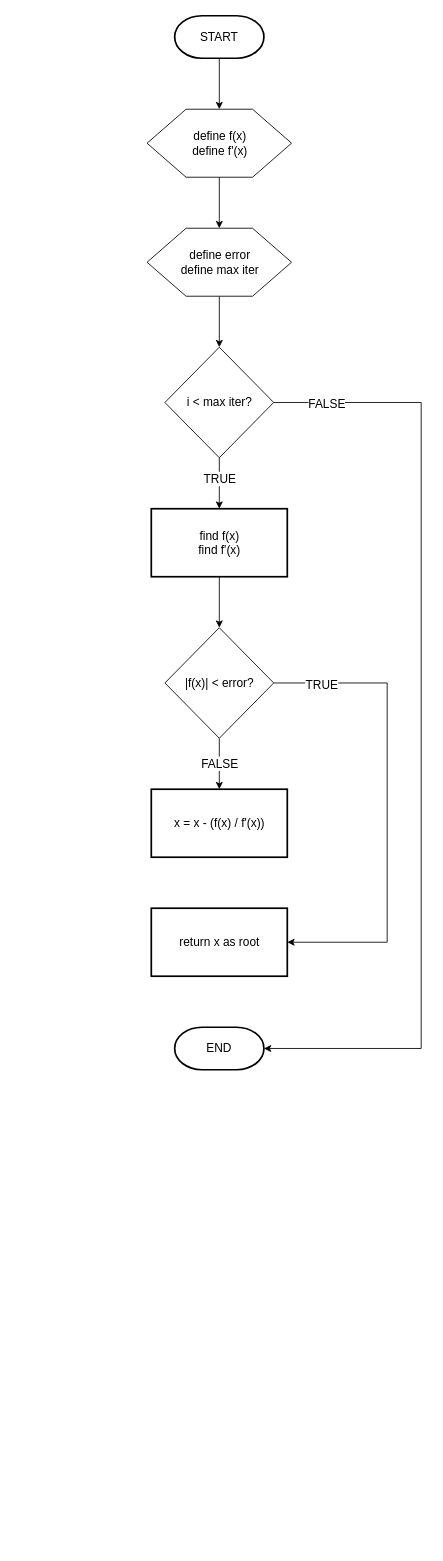
Earlier version of the draw.io diagram newton-raphson/newton-raphson.drawio (HarisHerdiansyah/computational-math). Source tidied: cells renumbered, new cells numbered last; positions are measured from the earlier drawing's top-left corner, leaving out a move shared by most shapes. Both pictures are drawn from the tidied source at 85%, with x=0, y=0 at pixel (147, 15).
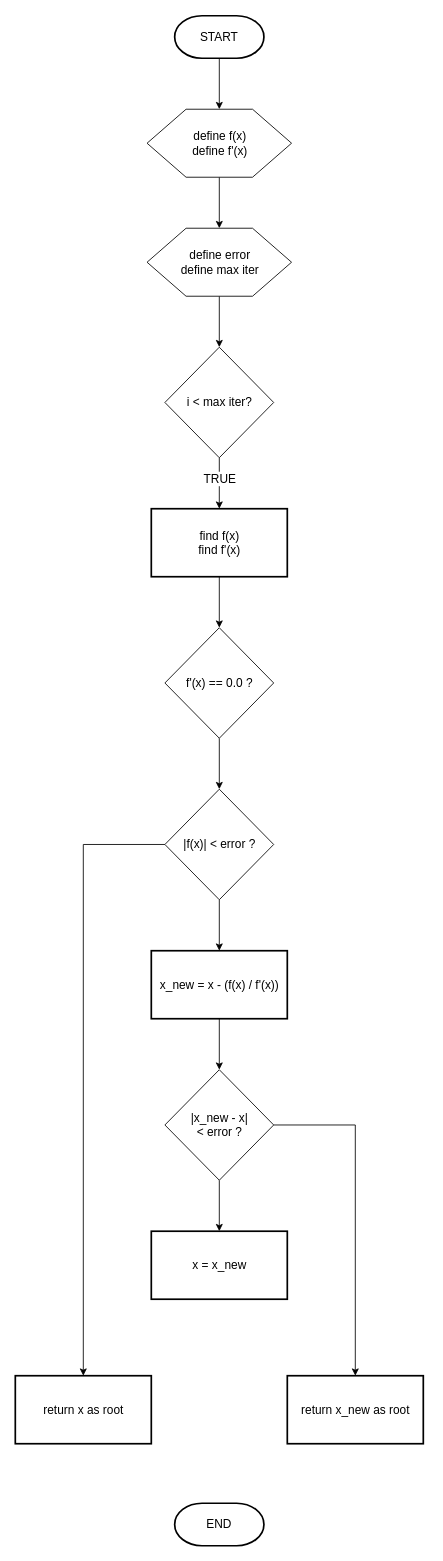
The same diagram, later.

The change refers to these unchanged cells:
```xml
<mxCell id="10" value="&lt;div&gt;i &amp;lt; max iter?&lt;/div&gt;" style="rhombus;whiteSpace=wrap;html=1;fontSize=14;" parent="1" vertex="1">
  <mxGeometry x="20.5" y="390" width="128" height="130" as="geometry" />
</mxCell>
```

Diff of the diagram source:
```diff
@@
-    <mxCell id="13" style="edgeStyle=orthogonalEdgeStyle;rounded=0;jettySize=auto;html=1;" parent="1" edge="1" source="17" target="18">
-      <mxGeometry relative="1" as="geometry" />
-    </mxCell>
-    <mxCell id="14" value="&lt;font style=&quot;font-size: 14px;&quot;&gt;FALSE&lt;/font&gt;" style="edgeLabel;html=1;align=center;verticalAlign=middle;" parent="13" vertex="1">
-      <mxGeometry x="-0.05" relative="1" as="geometry" />
-    </mxCell>
-    <mxCell id="15" style="edgeStyle=orthogonalEdgeStyle;rounded=0;jettySize=auto;html=1;exitX=1;exitY=0.5;exitDx=0;exitDy=0;entryX=1;entryY=0.5;entryDx=0;entryDy=0;" parent="1" edge="1" source="17" target="19">
-      <mxGeometry relative="1" as="geometry">
-        <Array as="points">
-          <mxPoint x="282" y="785" />
-          <mxPoint x="282" y="1090" />
-        </Array>
-      </mxGeometry>
-    </mxCell>
-    <mxCell id="16" value="&lt;font style=&quot;font-size: 14px;&quot;&gt;TRUE&lt;/font&gt;" style="edgeLabel;html=1;align=center;verticalAlign=middle;" parent="15" vertex="1">
-      <mxGeometry x="-0.8" y="-1" relative="1" as="geometry" />
-    </mxCell>
+    <mxCell id="23" style="edgeStyle=orthogonalEdgeStyle;rounded=0;jettySize=auto;html=1;" parent="1" edge="1" source="17" target="26">
+      <mxGeometry relative="1" as="geometry" />
+    </mxCell>
-    <mxCell id="17" value="|f(x)| &amp;lt; error?" style="rhombus;whiteSpace=wrap;html=1;fontSize=14;" parent="1" vertex="1">
+    <mxCell id="17" value="f'(x) == 0.0 ?" style="rhombus;whiteSpace=wrap;html=1;fontSize=14;" parent="1" vertex="1">
       <mxGeometry x="20.5" y="720" width="128" height="130" as="geometry" />
     </mxCell>
-    <mxCell id="18" value="x = x - (f(x) / f'(x))" style="rounded=1;whiteSpace=wrap;html=1;absoluteArcSize=1;arcSize=0;strokeWidth=2;fontSize=14;" parent="1" vertex="1">
-      <mxGeometry x="4.5" y="910" width="160" height="80" as="geometry" />
-    </mxCell>
+    <mxCell id="24" style="edgeStyle=orthogonalEdgeStyle;rounded=0;jettySize=auto;html=1;" parent="1" edge="1" source="26" target="28">
+      <mxGeometry relative="1" as="geometry" />
+    </mxCell>
+    <mxCell id="25" style="edgeStyle=orthogonalEdgeStyle;rounded=0;jettySize=auto;html=1;exitX=0;exitY=0.5;exitDx=0;exitDy=0;" parent="1" edge="1" source="26" target="19">
+      <mxGeometry relative="1" as="geometry" />
+    </mxCell>
+    <mxCell id="26" value="|f(x)| &amp;lt; error ?" style="rhombus;whiteSpace=wrap;html=1;fontSize=14;" parent="1" vertex="1">
+      <mxGeometry x="20.5" y="910" width="128" height="130" as="geometry" />
+    </mxCell>
+    <mxCell id="27" style="edgeStyle=orthogonalEdgeStyle;rounded=0;jettySize=auto;html=1;" parent="1" edge="1" source="28" target="31">
+      <mxGeometry relative="1" as="geometry" />
+    </mxCell>
+    <mxCell id="28" value="x_new = x - (f(x) / f'(x))" style="rounded=1;whiteSpace=wrap;html=1;absoluteArcSize=1;arcSize=0;strokeWidth=2;fontSize=14;" parent="1" vertex="1">
+      <mxGeometry x="4.5" y="1100" width="160" height="80" as="geometry" />
+    </mxCell>
+    <mxCell id="29" style="edgeStyle=orthogonalEdgeStyle;rounded=0;jettySize=auto;html=1;" parent="1" edge="1" source="31" target="32">
+      <mxGeometry relative="1" as="geometry" />
+    </mxCell>
+    <mxCell id="30" style="edgeStyle=orthogonalEdgeStyle;rounded=0;jettySize=auto;html=1;exitX=1;exitY=0.5;exitDx=0;exitDy=0;entryX=0.5;entryY=0;entryDx=0;entryDy=0;" parent="1" edge="1" source="31" target="33">
+      <mxGeometry relative="1" as="geometry" />
+    </mxCell>
+    <mxCell id="31" value="|x_new - x|&lt;div&gt;&amp;lt; error ?&lt;/div&gt;" style="rhombus;whiteSpace=wrap;html=1;fontSize=14;" parent="1" vertex="1">
+      <mxGeometry x="20.5" y="1240" width="128" height="130" as="geometry" />
+    </mxCell>
+    <mxCell id="32" value="x = x_new" style="rounded=1;whiteSpace=wrap;html=1;absoluteArcSize=1;arcSize=0;strokeWidth=2;fontSize=14;" parent="1" vertex="1">
+      <mxGeometry x="4.5" y="1430" width="160" height="80" as="geometry" />
+    </mxCell>
     <mxCell id="19" value="return x as root" style="rounded=1;whiteSpace=wrap;html=1;absoluteArcSize=1;arcSize=0;strokeWidth=2;fontSize=14;" parent="1" vertex="1">
-      <mxGeometry x="4.5" y="1050" width="160" height="80" as="geometry" />
+      <mxGeometry x="-155.5" y="1600" width="160" height="80" as="geometry" />
     </mxCell>
     <mxCell id="20" value="END" style="strokeWidth=2;html=1;shape=mxgraph.flowchart.terminator;whiteSpace=wrap;fontSize=14;" parent="1" vertex="1">
-      <mxGeometry x="32" y="1190" width="105" height="50" as="geometry" />
+      <mxGeometry x="32" y="1750" width="105" height="50" as="geometry" />
     </mxCell>
-    <mxCell id="21" style="edgeStyle=orthogonalEdgeStyle;rounded=0;jettySize=auto;html=1;exitX=1;exitY=0.5;exitDx=0;exitDy=0;entryX=1;entryY=0.5;entryDx=0;entryDy=0;entryPerimeter=0;" parent="1" edge="1" source="10" target="20">
-      <mxGeometry relative="1" as="geometry">
-        <Array as="points">
-          <mxPoint x="322" y="455" />
-          <mxPoint x="322" y="1215" />
-        </Array>
-      </mxGeometry>
-    </mxCell>
-    <mxCell id="22" value="&lt;font style=&quot;font-size: 14px;&quot;&gt;FALSE&lt;/font&gt;" style="edgeLabel;html=1;align=center;verticalAlign=middle;" parent="21" vertex="1">
-      <mxGeometry x="-0.89" y="-1" relative="1" as="geometry" />
-    </mxCell>
+    <mxCell id="33" value="return x_new as root" style="rounded=1;whiteSpace=wrap;html=1;absoluteArcSize=1;arcSize=0;strokeWidth=2;fontSize=14;" parent="1" vertex="1">
+      <mxGeometry x="164.5" y="1600" width="160" height="80" as="geometry" />
+    </mxCell>
```
